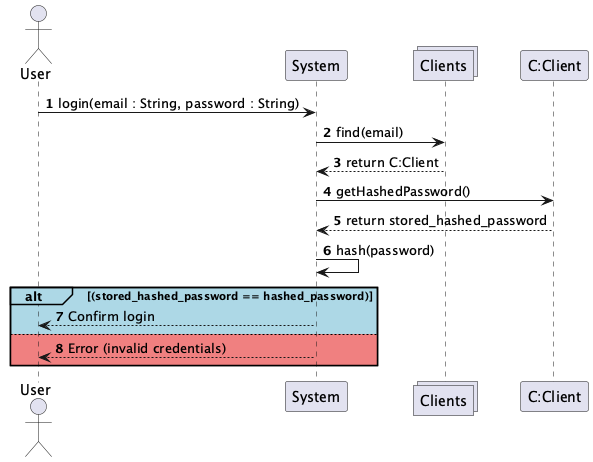
Before: UML-Diagrams/Interaction/Client/Client-Interactions_001.png, a diagram exported from PlantUML (vibqetowi/soen-342-project).
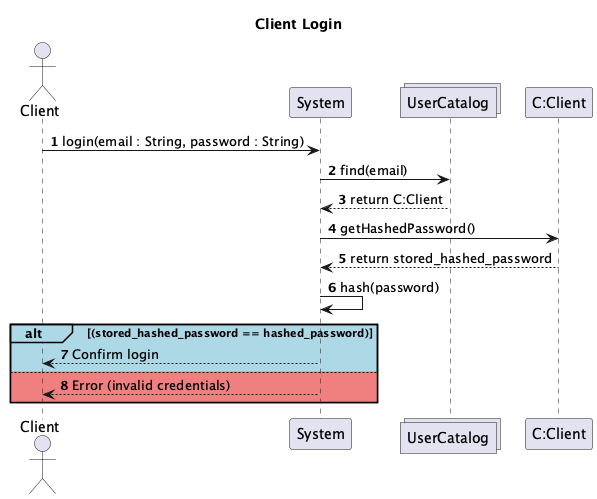
Above is the later version.

Change to the diagram source:
```diff
@@ -1,23 +1,24 @@
 @startuml
-actor User
+actor Client
 participant System
-collections Clients
+collections UserCatalog
 participant "C:Client"
 
+title Client Login
 
 autonumber
 
-User -> System : login(email : String, password : String)
-System -> Clients : find(email)
-Clients --> System : return C:Client
+Client -> System : login(email : String, password : String)
+System -> UserCatalog : find(email)
+UserCatalog --> System : return C:Client
 
 System -> "C:Client" : getHashedPassword()
 "C:Client" --> System : return stored_hashed_password
 System -> System : hash(password)
 
 alt#LightBlue #LightBlue (stored_hashed_password == hashed_password)
-    System --> User : Confirm login
+    System --> Client : Confirm login
 else #LightCoral
-    System --> User : Error (invalid credentials)
+    System --> Client : Error (invalid credentials)
 end
 @enduml
```
